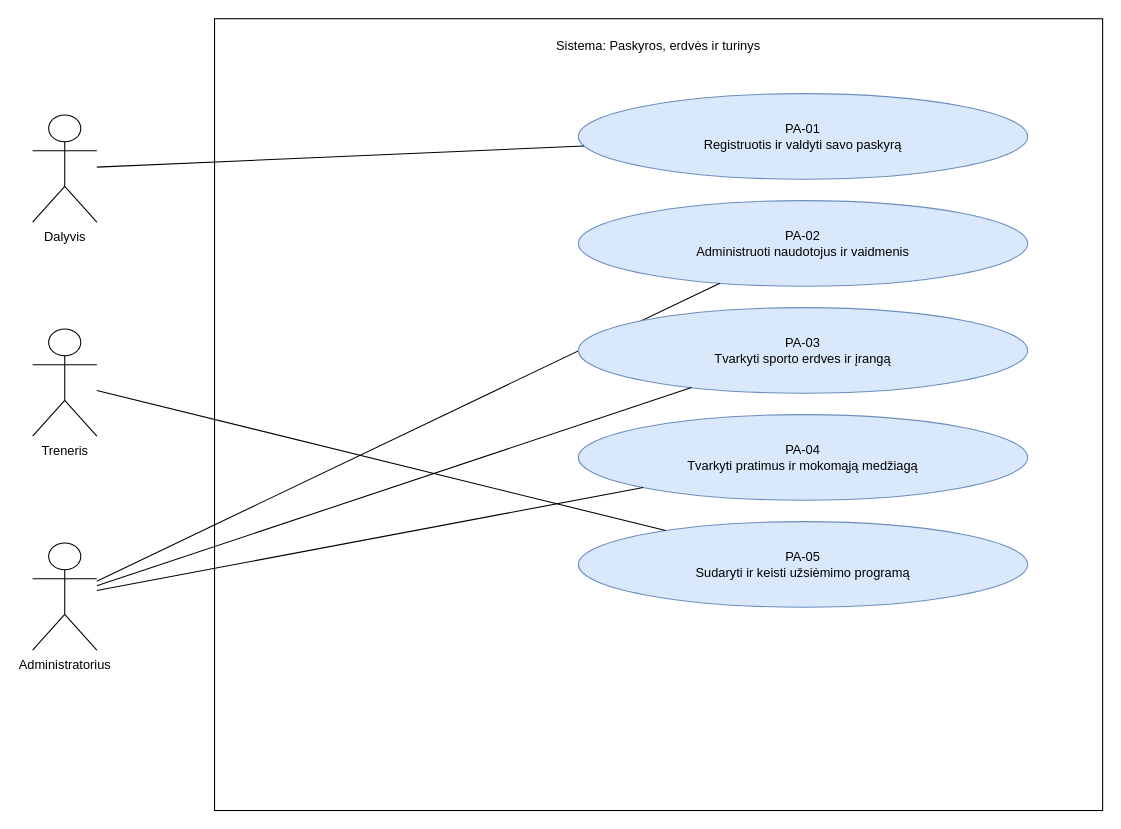
This is page "Paskyros, erdvės ir turinys" (1 of 4) of OOA analizė/Panaudojimo atvejų analizė/panaudojimo_atvejai.drawio from TomasBaubllys/Programu-sistemu-inzinerija-baseinai, a draw.io file, before an edit. Source tidied: cells renumbered, new cells numbered last; positions are measured from the earlier drawing's top-left corner, leaving out a move shared by most shapes. Both pictures are drawn from the tidied source at 107%, with x=0, y=0 at pixel (32, 18).
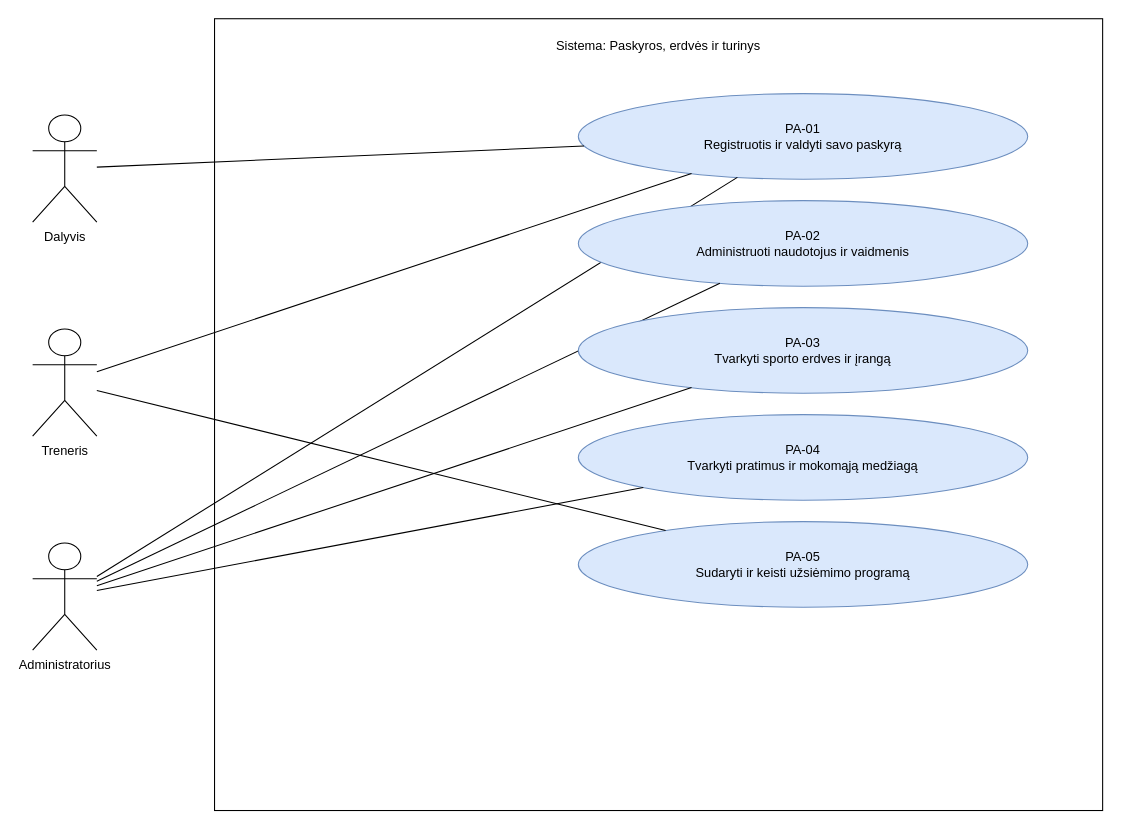
Above is the later version.

What changed in the source:
```diff
@@
 <mxGraphModel>
   <root>
     <mxCell id="0" />
     <mxCell id="1" parent="0" />
     <mxCell id="2" value="Sistema: Paskyros, erdvės ir turinys" style="rounded=0;whiteSpace=wrap;html=1;verticalAlign=top;spacingTop=12;fillColor=#ffffff;" parent="1" vertex="1">
       <mxGeometry x="170" width="830" height="740" as="geometry" />
     </mxCell>
     <mxCell id="3" value="Dalyvis" style="shape=umlActor;verticalLabelPosition=bottom;verticalAlign=top;html=1;" parent="1" vertex="1">
       <mxGeometry y="90" width="60" height="100" as="geometry" />
     </mxCell>
     <mxCell id="4" value="Treneris" style="shape=umlActor;verticalLabelPosition=bottom;verticalAlign=top;html=1;" parent="1" vertex="1">
       <mxGeometry y="290" width="60" height="100" as="geometry" />
     </mxCell>
     <mxCell id="5" value="Administratorius" style="shape=umlActor;verticalLabelPosition=bottom;verticalAlign=top;html=1;" parent="1" vertex="1">
       <mxGeometry y="490" width="60" height="100" as="geometry" />
     </mxCell>
     <mxCell id="6" value="PA-01&lt;br&gt;Registruotis ir valdyti savo paskyrą" style="ellipse;whiteSpace=wrap;html=1;fillColor=#dae8fc;strokeColor=#6c8ebf;" parent="1" vertex="1">
       <mxGeometry x="510" y="70" width="420" height="80" as="geometry" />
     </mxCell>
     <mxCell id="7" style="endArrow=none;html=1;rounded=0;" parent="1" edge="1" source="3" target="6">
       <mxGeometry relative="1" as="geometry" />
     </mxCell>
+    <mxCell id="16" style="endArrow=none;html=1;rounded=0;" parent="1" edge="1" source="4" target="6">
+      <mxGeometry relative="1" as="geometry" />
+    </mxCell>
+    <mxCell id="17" style="endArrow=none;html=1;rounded=0;" parent="1" edge="1" source="5" target="6">
+      <mxGeometry relative="1" as="geometry" />
+    </mxCell>
     <mxCell id="8" value="PA-02&lt;br&gt;Administruoti naudotojus ir vaidmenis" style="ellipse;whiteSpace=wrap;html=1;fillColor=#dae8fc;strokeColor=#6c8ebf;" parent="1" vertex="1">
       <mxGeometry x="510" y="170" width="420" height="80" as="geometry" />
     </mxCell>
     <mxCell id="9" style="endArrow=none;html=1;rounded=0;" parent="1" edge="1" source="5" target="8">
       <mxGeometry relative="1" as="geometry" />
     </mxCell>
     <mxCell id="10" value="PA-03&lt;br&gt;Tvarkyti sporto erdves ir įrangą" style="ellipse;whiteSpace=wrap;html=1;fillColor=#dae8fc;strokeColor=#6c8ebf;" parent="1" vertex="1">
       <mxGeometry x="510" y="270" width="420" height="80" as="geometry" />
     </mxCell>
     <mxCell id="11" style="endArrow=none;html=1;rounded=0;" parent="1" edge="1" source="5" target="10">
       <mxGeometry relative="1" as="geometry" />
     </mxCell>
     <mxCell id="12" value="PA-04&lt;br&gt;Tvarkyti pratimus ir mokomąją medžiagą" style="ellipse;whiteSpace=wrap;html=1;fillColor=#dae8fc;strokeColor=#6c8ebf;" parent="1" vertex="1">
       <mxGeometry x="510" y="370" width="420" height="80" as="geometry" />
     </mxCell>
     <mxCell id="13" style="endArrow=none;html=1;rounded=0;" parent="1" edge="1" source="5" target="12">
       <mxGeometry relative="1" as="geometry" />
     </mxCell>
     <mxCell id="14" value="PA-05&lt;br&gt;Sudaryti ir keisti užsiėmimo programą" style="ellipse;whiteSpace=wrap;html=1;fillColor=#dae8fc;strokeColor=#6c8ebf;" parent="1" vertex="1">
       <mxGeometry x="510" y="470" width="420" height="80" as="geometry" />
     </mxCell>
     <mxCell id="15" style="endArrow=none;html=1;rounded=0;" parent="1" edge="1" source="4" target="14">
       <mxGeometry relative="1" as="geometry" />
     </mxCell>
   </root>
 </mxGraphModel>
```
